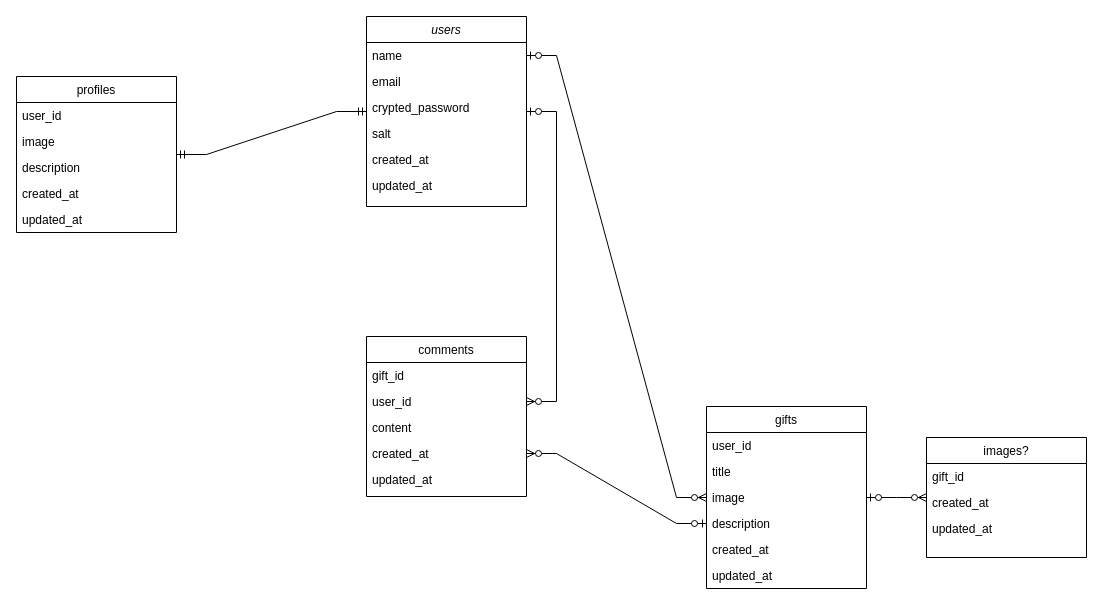
Before: Untitled Diagram.drawio in kh-Golden-Retriever/portfolio, a draw.io diagram. Source tidied: cells renumbered, new cells numbered last; positions are measured from the earlier drawing's top-left corner, leaving out a move shared by most shapes. Both pictures are drawn from the tidied source at 100%, with x=0, y=0 at pixel (16, 16).
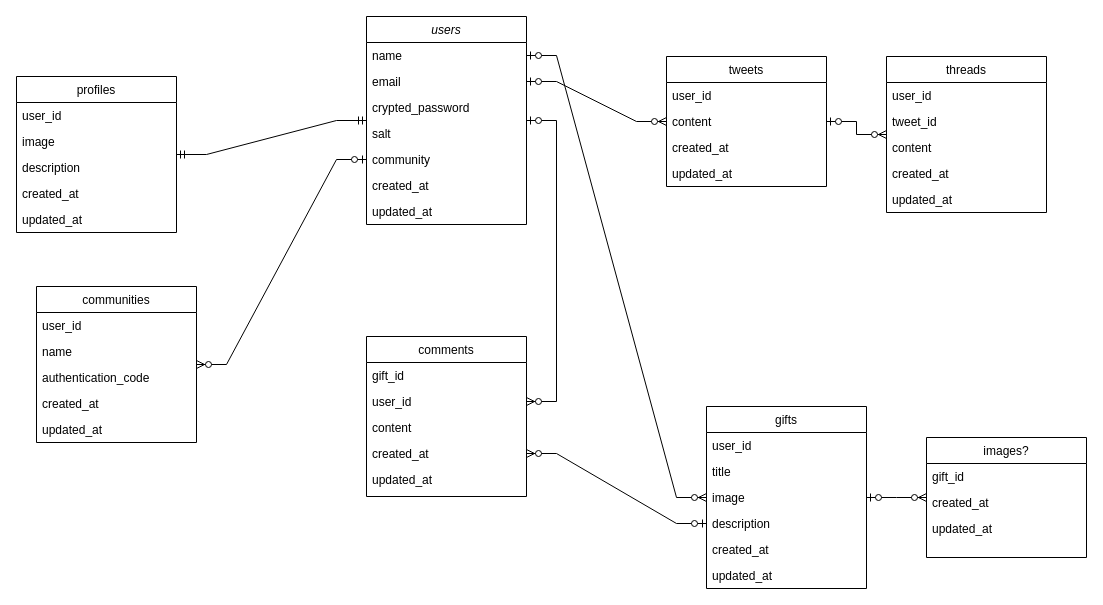
The same diagram, later.

The change refers to these unchanged cells:
```xml
<mxCell id="4" value="email" style="text;align=left;verticalAlign=top;spacingLeft=4;spacingRight=4;overflow=hidden;points=[[0,0.5],[1,0.5]];portConstraint=eastwest;" parent="2" vertex="1">
  <mxGeometry y="52" width="160" height="26" as="geometry" />
</mxCell>
```

Change to the diagram source:
```diff
@@
     <mxCell id="2" value="users" style="swimlane;fontStyle=2;align=center;verticalAlign=top;horizontal=1;startSize=26;rounded=0;shadow=0;strokeWidth=1;" parent="1" vertex="1">
-      <mxGeometry x="350" width="160" height="190" as="geometry" />
+      <mxGeometry x="350" width="160" height="208" as="geometry" />
     </mxCell>
@@
+    <mxCell id="37" value="salt" style="text;align=left;verticalAlign=top;spacingLeft=4;spacingRight=4;overflow=hidden;" parent="2" vertex="1">
+      <mxGeometry y="104" width="160" height="26" as="geometry" />
+    </mxCell>
-    <mxCell id="6" value="salt" style="text;align=left;verticalAlign=top;spacingLeft=4;spacingRight=4;overflow=hidden;points=[[0,0.5],[1,0.5]];portConstraint=eastwest;" parent="2" vertex="1">
-      <mxGeometry y="104" width="160" height="26" as="geometry" />
+    <mxCell id="6" value="community" style="text;align=left;verticalAlign=top;spacingLeft=4;spacingRight=4;overflow=hidden;points=[[0,0.5],[1,0.5]];portConstraint=eastwest;" parent="2" vertex="1">
+      <mxGeometry y="130" width="160" height="26" as="geometry" />
     </mxCell>
     <mxCell id="7" value="created_at" style="text;align=left;verticalAlign=top;spacingLeft=4;spacingRight=4;overflow=hidden;rounded=0;shadow=0;html=0;" parent="2" vertex="1">
-      <mxGeometry y="130" width="160" height="26" as="geometry" />
+      <mxGeometry y="156" width="160" height="26" as="geometry" />
     </mxCell>
     <mxCell id="8" value="updated_at" style="text;align=left;verticalAlign=top;spacingLeft=4;spacingRight=4;overflow=hidden;rounded=0;shadow=0;html=0;" parent="2" vertex="1">
-      <mxGeometry y="156" width="160" height="26" as="geometry" />
+      <mxGeometry y="182" width="160" height="26" as="geometry" />
     </mxCell>
@@
+    <mxCell id="38" value="tweets" style="swimlane;fontStyle=0;align=center;verticalAlign=top;horizontal=1;startSize=26;rounded=0;shadow=0;strokeWidth=1;" parent="1" vertex="1">
+      <mxGeometry x="650" y="40" width="160" height="130" as="geometry" />
+    </mxCell>
+    <mxCell id="39" value="user_id" style="text;align=left;verticalAlign=top;spacingLeft=4;spacingRight=4;overflow=hidden;rounded=0;shadow=0;html=0;" parent="38" vertex="1">
+      <mxGeometry y="26" width="160" height="26" as="geometry" />
+    </mxCell>
+    <mxCell id="40" value="content" style="text;align=left;verticalAlign=top;spacingLeft=4;spacingRight=4;overflow=hidden;points=[[0,0.5],[1,0.5]];portConstraint=eastwest;rounded=0;shadow=0;html=0;" parent="38" vertex="1">
+      <mxGeometry y="52" width="160" height="26" as="geometry" />
+    </mxCell>
+    <mxCell id="41" value="created_at" style="text;align=left;verticalAlign=top;spacingLeft=4;spacingRight=4;overflow=hidden;rounded=0;shadow=0;html=0;" parent="38" vertex="1">
+      <mxGeometry y="78" width="160" height="26" as="geometry" />
+    </mxCell>
+    <mxCell id="42" value="updated_at" style="text;align=left;verticalAlign=top;spacingLeft=4;spacingRight=4;overflow=hidden;rounded=0;shadow=0;html=0;" parent="38" vertex="1">
+      <mxGeometry y="104" width="160" height="26" as="geometry" />
+    </mxCell>
+    <mxCell id="43" value="threads" style="swimlane;fontStyle=0;align=center;verticalAlign=top;horizontal=1;startSize=26;rounded=0;shadow=0;strokeWidth=1;" parent="1" vertex="1">
+      <mxGeometry x="870" y="40" width="160" height="156" as="geometry" />
+    </mxCell>
+    <mxCell id="44" value="user_id" style="text;align=left;verticalAlign=top;spacingLeft=4;spacingRight=4;overflow=hidden;rounded=0;shadow=0;html=0;" parent="43" vertex="1">
+      <mxGeometry y="26" width="160" height="26" as="geometry" />
+    </mxCell>
+    <mxCell id="45" value="tweet_id" style="text;align=left;verticalAlign=top;spacingLeft=4;spacingRight=4;overflow=hidden;rounded=0;shadow=0;html=0;" parent="43" vertex="1">
+      <mxGeometry y="52" width="160" height="26" as="geometry" />
+    </mxCell>
+    <mxCell id="46" value="content" style="text;align=left;verticalAlign=top;spacingLeft=4;spacingRight=4;overflow=hidden;rounded=0;shadow=0;html=0;" parent="43" vertex="1">
+      <mxGeometry y="78" width="160" height="26" as="geometry" />
+    </mxCell>
+    <mxCell id="47" value="created_at" style="text;align=left;verticalAlign=top;spacingLeft=4;spacingRight=4;overflow=hidden;rounded=0;shadow=0;html=0;" parent="43" vertex="1">
+      <mxGeometry y="104" width="160" height="26" as="geometry" />
+    </mxCell>
+    <mxCell id="48" value="updated_at" style="text;align=left;verticalAlign=top;spacingLeft=4;spacingRight=4;overflow=hidden;rounded=0;shadow=0;html=0;" parent="43" vertex="1">
+      <mxGeometry y="130" width="160" height="26" as="geometry" />
+    </mxCell>
+    <mxCell id="49" style="edgeStyle=entityRelationEdgeStyle;fontSize=12;html=1;endArrow=ERzeroToMany;startArrow=ERzeroToOne;rounded=0;" parent="1" edge="1" source="4" target="38">
+      <mxGeometry relative="1" as="geometry" />
+    </mxCell>
+    <mxCell id="50" style="edgeStyle=entityRelationEdgeStyle;fontSize=12;html=1;endArrow=ERzeroToMany;startArrow=ERzeroToOne;rounded=0;" parent="1" edge="1" source="40" target="43">
+      <mxGeometry relative="1" as="geometry" />
+    </mxCell>
+    <mxCell id="51" value="communities" style="swimlane;fontStyle=0;align=center;verticalAlign=top;horizontal=1;startSize=26;rounded=0;shadow=0;strokeWidth=1;" parent="1" vertex="1">
+      <mxGeometry x="20" y="270" width="160" height="156" as="geometry" />
+    </mxCell>
+    <mxCell id="52" value="user_id" style="text;align=left;verticalAlign=top;spacingLeft=4;spacingRight=4;overflow=hidden;rounded=0;shadow=0;html=0;" parent="51" vertex="1">
+      <mxGeometry y="26" width="160" height="26" as="geometry" />
+    </mxCell>
+    <mxCell id="53" value="name" style="text;align=left;verticalAlign=top;spacingLeft=4;spacingRight=4;overflow=hidden;rounded=0;shadow=0;html=0;" parent="51" vertex="1">
+      <mxGeometry y="52" width="160" height="26" as="geometry" />
+    </mxCell>
+    <mxCell id="54" value="authentication_code" style="text;align=left;verticalAlign=top;spacingLeft=4;spacingRight=4;overflow=hidden;rounded=0;shadow=0;html=0;" parent="51" vertex="1">
+      <mxGeometry y="78" width="160" height="26" as="geometry" />
+    </mxCell>
+    <mxCell id="55" value="created_at" style="text;align=left;verticalAlign=top;spacingLeft=4;spacingRight=4;overflow=hidden;rounded=0;shadow=0;html=0;" parent="51" vertex="1">
+      <mxGeometry y="104" width="160" height="26" as="geometry" />
+    </mxCell>
+    <mxCell id="56" value="updated_at" style="text;align=left;verticalAlign=top;spacingLeft=4;spacingRight=4;overflow=hidden;rounded=0;shadow=0;html=0;" parent="51" vertex="1">
+      <mxGeometry y="130" width="160" height="26" as="geometry" />
+    </mxCell>
+    <mxCell id="57" style="edgeStyle=entityRelationEdgeStyle;fontSize=12;html=1;endArrow=ERzeroToMany;startArrow=ERzeroToOne;rounded=0;" parent="1" edge="1" source="6" target="51">
+      <mxGeometry relative="1" as="geometry" />
+    </mxCell>
```
